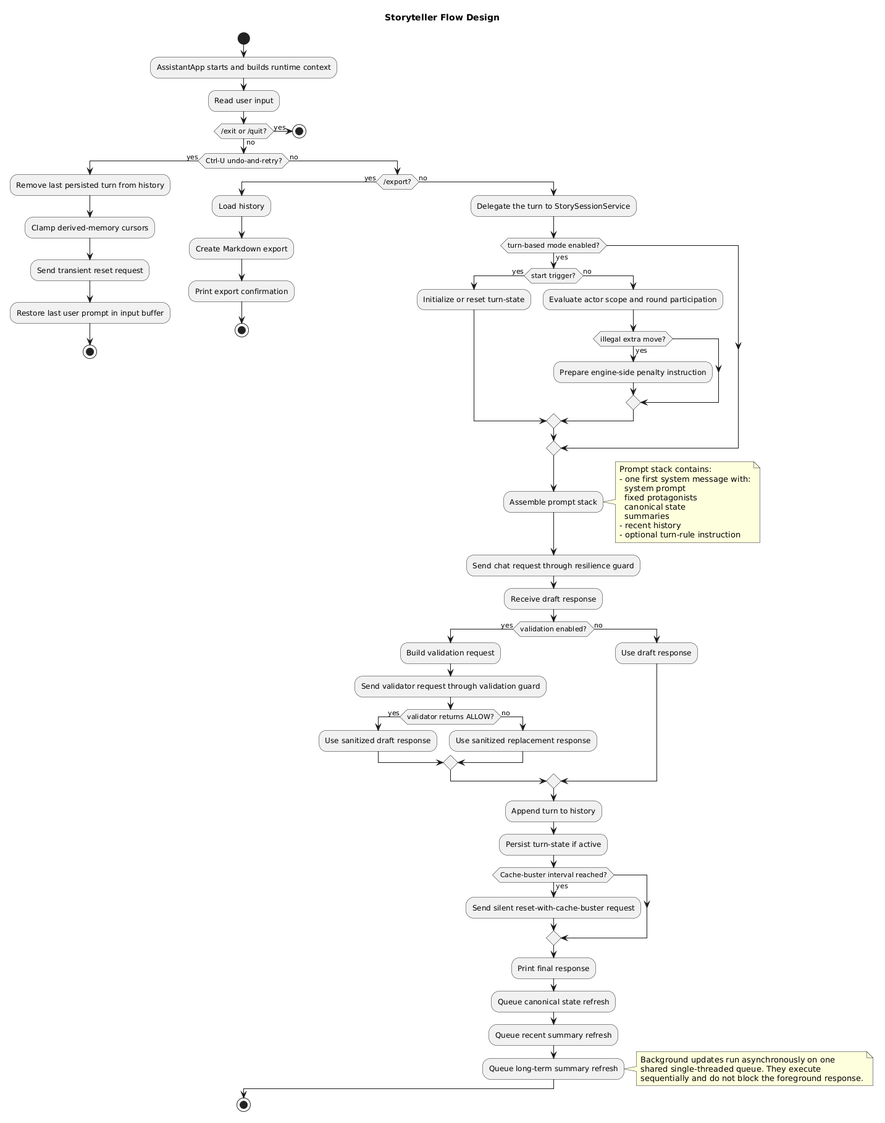
Above: docs/architecture/02-storyteller-flow-design.png in jbrugman/Assistant (PlantUML), before the change.
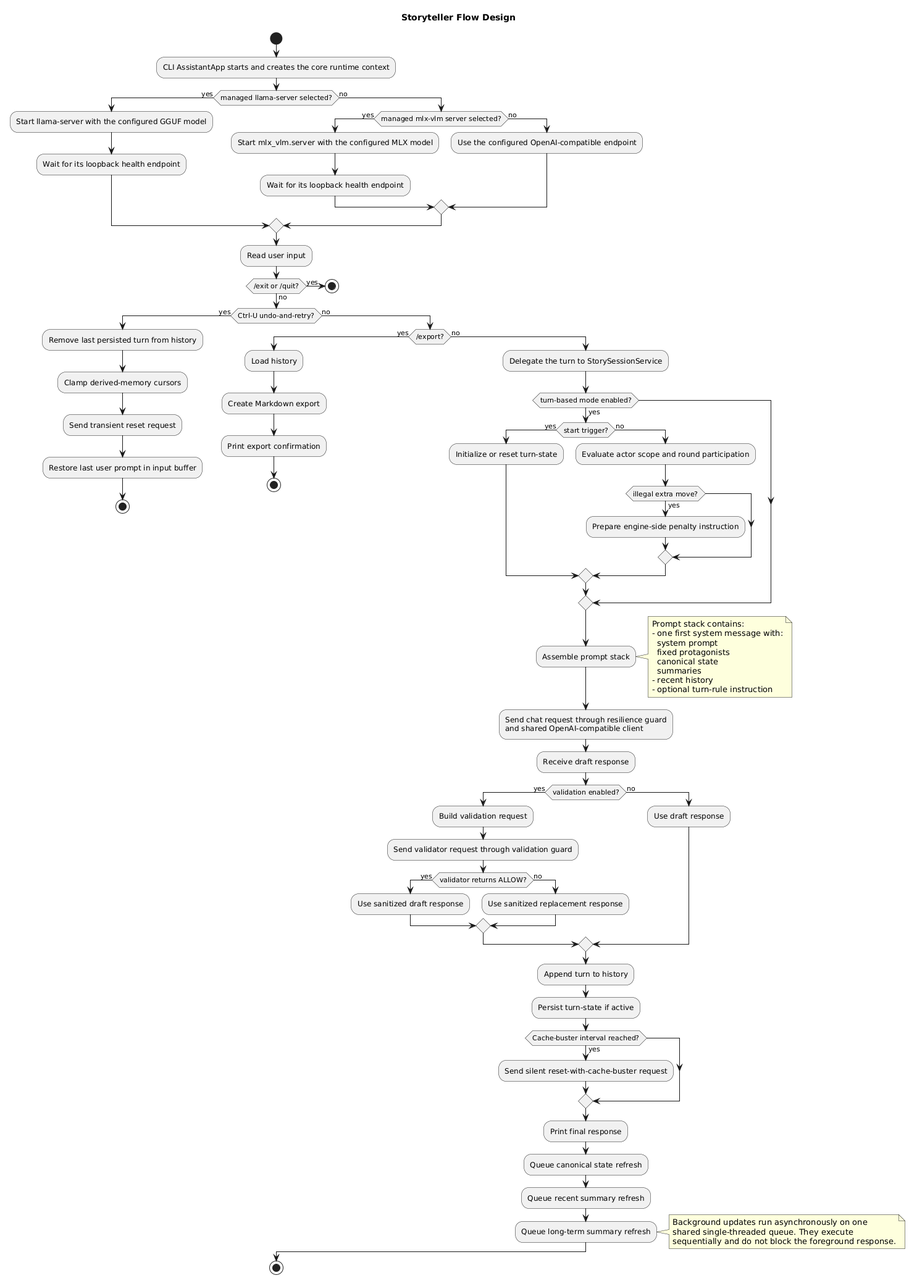
The same diagram one commit later.

Change to the diagram source:
```diff
@@ -3,7 +3,20 @@
 
 start
 
-:AssistantApp starts and builds runtime context;
+:CLI AssistantApp starts and creates the core runtime context;
+
+if (managed llama-server selected?) then (yes)
+  :Start llama-server with the configured GGUF model;
+  :Wait for its loopback health endpoint;
+else (no)
+  if (managed mlx-vlm server selected?) then (yes)
+    :Start mlx_vlm.server with the configured MLX model;
+    :Wait for its loopback health endpoint;
+  else (no)
+    :Use the configured OpenAI-compatible endpoint;
+  endif
+endif
+
 :Read user input;
 
 if (/exit or /quit?) then (yes)
@@ -50,7 +63,8 @@
       - optional turn-rule instruction
       end note
 
-      :Send chat request through resilience guard;
+      :Send chat request through resilience guard
+      and shared OpenAI-compatible client;
       :Receive draft response;
 
       if (validation enabled?) then (yes)
```
